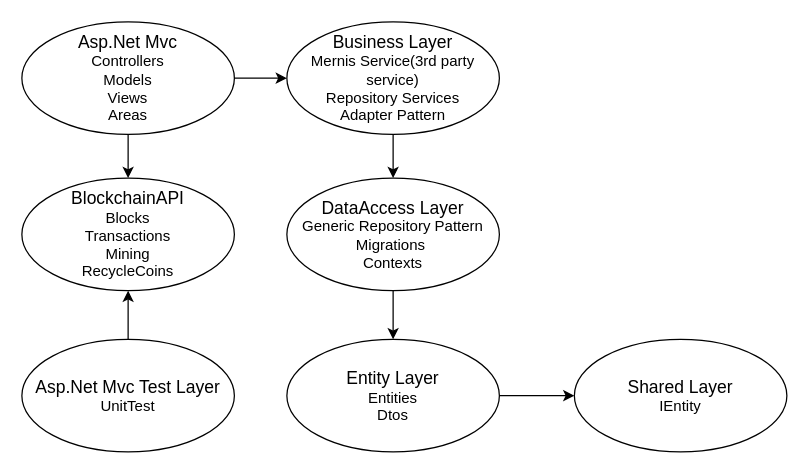
This is Başlıksız Diyagram.drawio from osman28tr/Blockchain-RecycleCoinProject, a draw.io file, before an edit. Source tidied: cells renumbered, new cells numbered last; positions are measured from the earlier drawing's top-left corner, leaving out a move shared by most shapes. Both pictures are drawn from the tidied source at 125%, with x=0, y=0 at pixel (21, 21).
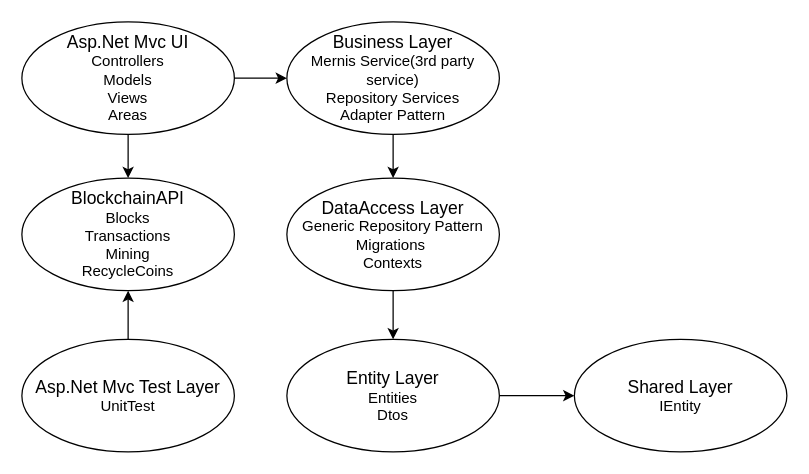
Above is the later version.

The edit, as a diff of the source:
```diff
@@
 <mxGraphModel>
   <root>
     <mxCell id="0" />
     <mxCell id="1" parent="0" />
     <mxCell id="2" value="&lt;font style=&quot;&quot;&gt;&lt;span style=&quot;font-size: 14px;&quot;&gt;Business Layer&lt;/span&gt;&lt;br&gt;&lt;font style=&quot;font-size: 12px;&quot;&gt;Mernis Service(3rd party service)&lt;br&gt;&lt;/font&gt;Repository Services&lt;br&gt;Adapter Pattern&lt;br&gt;&lt;/font&gt;" style="ellipse;whiteSpace=wrap;html=1;align=center;newEdgeStyle={&quot;edgeStyle&quot;:&quot;entityRelationEdgeStyle&quot;,&quot;startArrow&quot;:&quot;none&quot;,&quot;endArrow&quot;:&quot;none&quot;,&quot;segment&quot;:10,&quot;curved&quot;:1,&quot;sourcePerimeterSpacing&quot;:0,&quot;targetPerimeterSpacing&quot;:0};" parent="1" vertex="1">
       <mxGeometry x="212" width="170" height="90" as="geometry" />
     </mxCell>
     <mxCell id="3" value="&lt;font style=&quot;&quot;&gt;&lt;span style=&quot;font-size: 14px;&quot;&gt;DataAccess Layer&lt;/span&gt;&lt;br&gt;&lt;font style=&quot;font-size: 12px;&quot;&gt;Generic Repository Pattern&lt;br&gt;&lt;/font&gt;Migrations&amp;nbsp;&lt;br&gt;Contexts&lt;br&gt;&lt;/font&gt;" style="ellipse;whiteSpace=wrap;html=1;align=center;newEdgeStyle={&quot;edgeStyle&quot;:&quot;entityRelationEdgeStyle&quot;,&quot;startArrow&quot;:&quot;none&quot;,&quot;endArrow&quot;:&quot;none&quot;,&quot;segment&quot;:10,&quot;curved&quot;:1,&quot;sourcePerimeterSpacing&quot;:0,&quot;targetPerimeterSpacing&quot;:0};" parent="1" vertex="1">
       <mxGeometry x="212" y="125" width="170" height="90" as="geometry" />
     </mxCell>
     <mxCell id="4" style="endArrow=classic;html=1;rounded=0;exitX=0.5;exitY=1;exitDx=0;exitDy=0;entryX=0.5;entryY=0;entryDx=0;entryDy=0;" parent="1" edge="1" source="2" target="3">
       <mxGeometry relative="1" as="geometry" />
     </mxCell>
     <mxCell id="5" value="&lt;font style=&quot;&quot;&gt;&lt;span style=&quot;font-size: 14px;&quot;&gt;Entity Layer&lt;/span&gt;&lt;br&gt;Entities&lt;br&gt;Dtos&lt;br&gt;&lt;/font&gt;" style="ellipse;whiteSpace=wrap;html=1;align=center;newEdgeStyle={&quot;edgeStyle&quot;:&quot;entityRelationEdgeStyle&quot;,&quot;startArrow&quot;:&quot;none&quot;,&quot;endArrow&quot;:&quot;none&quot;,&quot;segment&quot;:10,&quot;curved&quot;:1,&quot;sourcePerimeterSpacing&quot;:0,&quot;targetPerimeterSpacing&quot;:0};" parent="1" vertex="1">
       <mxGeometry x="212" y="254" width="170" height="90" as="geometry" />
     </mxCell>
     <mxCell id="6" style="endArrow=classic;html=1;rounded=0;exitX=0.5;exitY=1;exitDx=0;exitDy=0;entryX=0.5;entryY=0;entryDx=0;entryDy=0;" parent="1" edge="1" source="3" target="5">
       <mxGeometry relative="1" as="geometry" />
     </mxCell>
     <mxCell id="7" value="&lt;font style=&quot;&quot;&gt;&lt;span style=&quot;font-size: 14px;&quot;&gt;Shared Layer&lt;/span&gt;&lt;br&gt;IEntity&lt;br&gt;&lt;/font&gt;" style="ellipse;whiteSpace=wrap;html=1;align=center;newEdgeStyle={&quot;edgeStyle&quot;:&quot;entityRelationEdgeStyle&quot;,&quot;startArrow&quot;:&quot;none&quot;,&quot;endArrow&quot;:&quot;none&quot;,&quot;segment&quot;:10,&quot;curved&quot;:1,&quot;sourcePerimeterSpacing&quot;:0,&quot;targetPerimeterSpacing&quot;:0};" parent="1" vertex="1">
       <mxGeometry x="442" y="254" width="170" height="90" as="geometry" />
     </mxCell>
     <mxCell id="8" style="endArrow=classic;html=1;rounded=0;exitX=1;exitY=0.5;exitDx=0;exitDy=0;entryX=0;entryY=0.5;entryDx=0;entryDy=0;" parent="1" edge="1" source="5" target="7">
       <mxGeometry relative="1" as="geometry" />
     </mxCell>
-    <mxCell id="9" value="&lt;font style=&quot;&quot;&gt;&lt;span style=&quot;font-size: 14px;&quot;&gt;Asp.Net Mvc&lt;br&gt;&lt;/span&gt;Controllers&lt;br&gt;Models&lt;br&gt;Views&lt;br&gt;Areas&lt;br&gt;&lt;/font&gt;" style="ellipse;whiteSpace=wrap;html=1;align=center;newEdgeStyle={&quot;edgeStyle&quot;:&quot;entityRelationEdgeStyle&quot;,&quot;startArrow&quot;:&quot;none&quot;,&quot;endArrow&quot;:&quot;none&quot;,&quot;segment&quot;:10,&quot;curved&quot;:1,&quot;sourcePerimeterSpacing&quot;:0,&quot;targetPerimeterSpacing&quot;:0};" parent="1" vertex="1">
+    <mxCell id="9" value="&lt;font style=&quot;&quot;&gt;&lt;span style=&quot;font-size: 14px;&quot;&gt;Asp.Net Mvc UI&lt;br&gt;&lt;/span&gt;Controllers&lt;br&gt;Models&lt;br&gt;Views&lt;br&gt;Areas&lt;br&gt;&lt;/font&gt;" style="ellipse;whiteSpace=wrap;html=1;align=center;newEdgeStyle={&quot;edgeStyle&quot;:&quot;entityRelationEdgeStyle&quot;,&quot;startArrow&quot;:&quot;none&quot;,&quot;endArrow&quot;:&quot;none&quot;,&quot;segment&quot;:10,&quot;curved&quot;:1,&quot;sourcePerimeterSpacing&quot;:0,&quot;targetPerimeterSpacing&quot;:0};" parent="1" vertex="1">
       <mxGeometry width="170" height="90" as="geometry" />
     </mxCell>
     <mxCell id="10" style="endArrow=classic;html=1;rounded=0;exitX=1;exitY=0.5;exitDx=0;exitDy=0;entryX=0;entryY=0.5;entryDx=0;entryDy=0;" parent="1" edge="1" source="9" target="2">
       <mxGeometry relative="1" as="geometry" />
     </mxCell>
     <mxCell id="11" value="&lt;font style=&quot;&quot;&gt;&lt;span style=&quot;font-size: 14px;&quot;&gt;BlockchainAPI&lt;/span&gt;&lt;br&gt;&lt;font style=&quot;font-size: 12px;&quot;&gt;Blocks&lt;/font&gt;&lt;br&gt;Transactions&lt;br&gt;Mining&lt;br&gt;RecycleCoins&lt;br&gt;&lt;/font&gt;" style="ellipse;whiteSpace=wrap;html=1;align=center;newEdgeStyle={&quot;edgeStyle&quot;:&quot;entityRelationEdgeStyle&quot;,&quot;startArrow&quot;:&quot;none&quot;,&quot;endArrow&quot;:&quot;none&quot;,&quot;segment&quot;:10,&quot;curved&quot;:1,&quot;sourcePerimeterSpacing&quot;:0,&quot;targetPerimeterSpacing&quot;:0};" parent="1" vertex="1">
       <mxGeometry y="125" width="170" height="90" as="geometry" />
     </mxCell>
     <mxCell id="12" value="&lt;font style=&quot;&quot;&gt;&lt;span style=&quot;font-size: 14px;&quot;&gt;Asp.Net Mvc Test Layer&lt;br&gt;&lt;/span&gt;UnitTest&lt;br&gt;&lt;/font&gt;" style="ellipse;whiteSpace=wrap;html=1;align=center;newEdgeStyle={&quot;edgeStyle&quot;:&quot;entityRelationEdgeStyle&quot;,&quot;startArrow&quot;:&quot;none&quot;,&quot;endArrow&quot;:&quot;none&quot;,&quot;segment&quot;:10,&quot;curved&quot;:1,&quot;sourcePerimeterSpacing&quot;:0,&quot;targetPerimeterSpacing&quot;:0};" parent="1" vertex="1">
       <mxGeometry y="254" width="170" height="90" as="geometry" />
     </mxCell>
     <mxCell id="13" style="endArrow=classic;html=1;rounded=0;exitX=0.5;exitY=0;exitDx=0;exitDy=0;entryX=0.5;entryY=1;entryDx=0;entryDy=0;" parent="1" edge="1" source="12" target="11">
       <mxGeometry relative="1" as="geometry" />
     </mxCell>
     <mxCell id="14" style="endArrow=classic;html=1;rounded=0;exitX=0.5;exitY=1;exitDx=0;exitDy=0;entryX=0.5;entryY=0;entryDx=0;entryDy=0;" parent="1" edge="1" source="9" target="11">
       <mxGeometry relative="1" as="geometry" />
     </mxCell>
   </root>
 </mxGraphModel>
```
